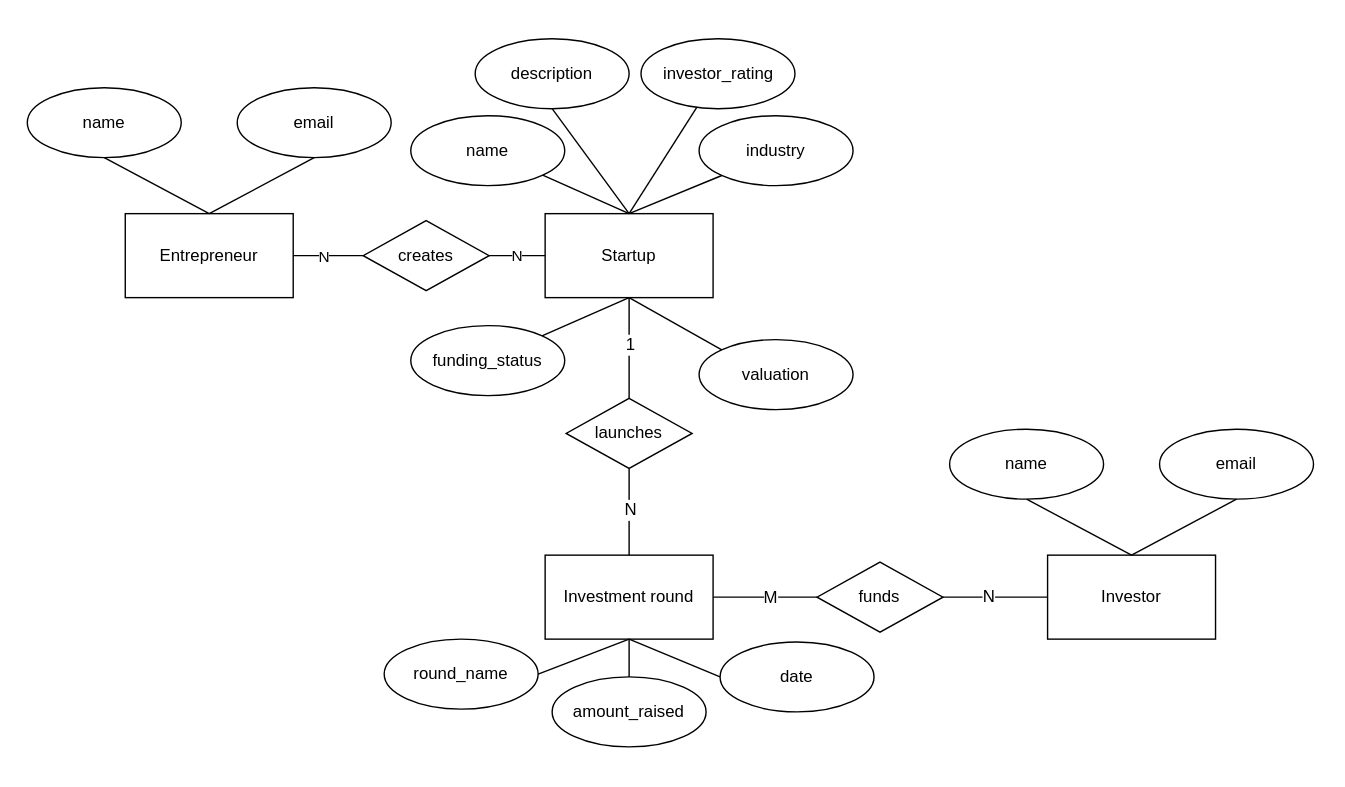
Earlier version of the draw.io export doc/ER_diagram.drawio.svg (werter22/FundHive). Source tidied: cells renumbered, new cells last; positions are measured from the earlier drawing's top-left corner, leaving out a move shared by most shapes.
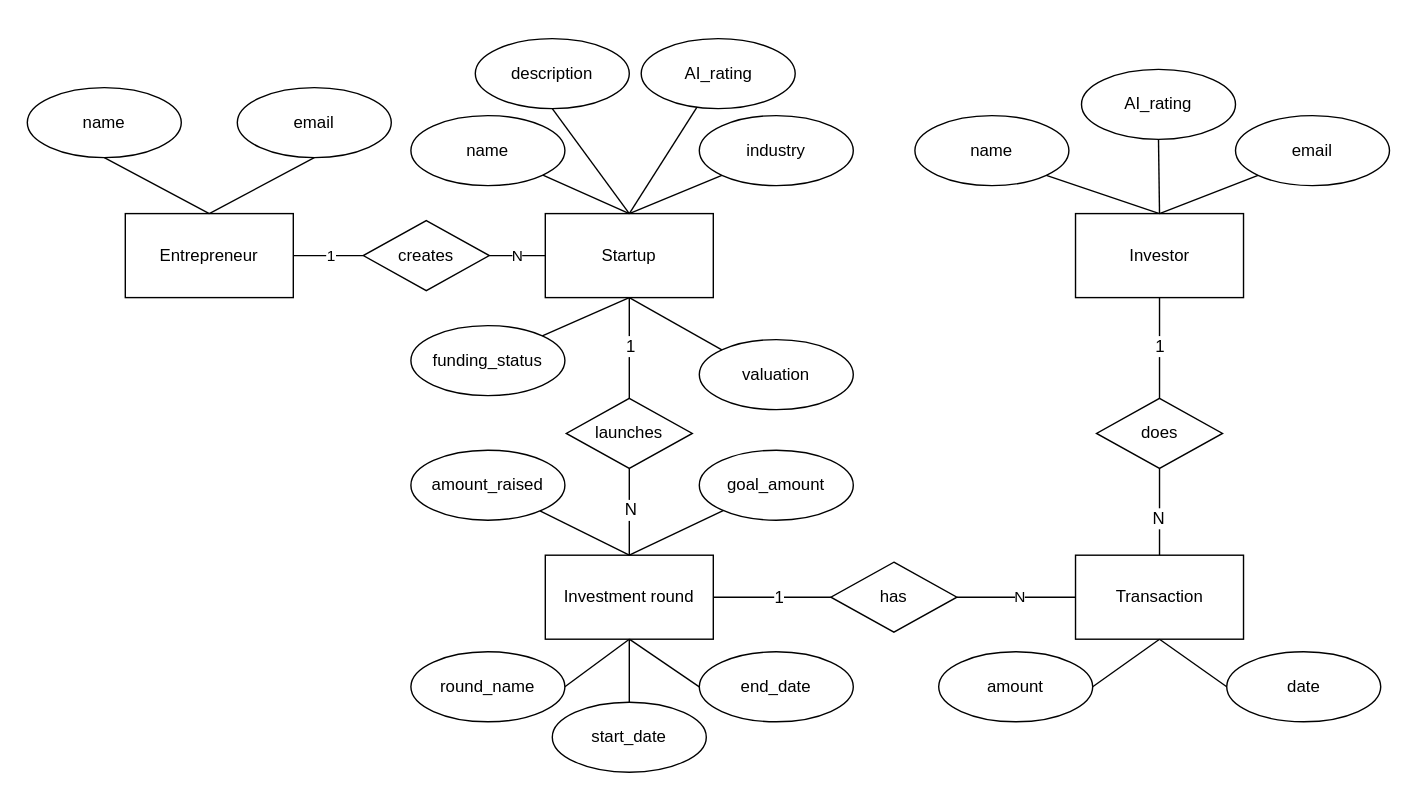
Above is the later version.

What changed in the source:
```diff
@@ -3,13 +3,13 @@
     <mxCell id="0" />
     <mxCell id="1" parent="0" />
     <mxCell id="2" style="rounded=0;whiteSpace=wrap;html=1;strokeColor=light-dark(#FFFFFF,#FFFFFF);" parent="1" vertex="1">
-      <mxGeometry width="960" height="561" as="geometry" />
+      <mxGeometry width="1019" height="561" as="geometry" />
     </mxCell>
     <mxCell id="3" value="Startup" style="rounded=0;whiteSpace=wrap;html=1;" parent="1" vertex="1">
       <mxGeometry x="389" y="152" width="120" height="60" as="geometry" />
     </mxCell>
     <mxCell id="4" value="Investor" style="rounded=0;whiteSpace=wrap;html=1;" parent="1" vertex="1">
-      <mxGeometry x="748" y="396" width="120" height="60" as="geometry" />
+      <mxGeometry x="767.7" y="152" width="120" height="60" as="geometry" />
     </mxCell>
     <mxCell id="5" value="Entrepreneur" style="rounded=0;whiteSpace=wrap;html=1;" parent="1" vertex="1">
       <mxGeometry x="89" y="152" width="120" height="60" as="geometry" />
@@ -32,26 +32,29 @@
     <mxCell id="11" style="endArrow=none;html=1;rounded=0;exitX=1;exitY=0.5;exitDx=0;exitDy=0;entryX=0;entryY=0.5;entryDx=0;entryDy=0;" parent="1" edge="1" source="5" target="10">
       <mxGeometry relative="1" as="geometry" />
     </mxCell>
-    <mxCell id="12" value="N" style="edgeLabel;html=1;align=center;verticalAlign=middle;" parent="11" vertex="1">
-      <mxGeometry x="-0.11" relative="1" as="geometry" />
-    </mxCell>
+    <mxCell id="47" value="&lt;div&gt;&lt;br&gt;&lt;/div&gt;" style="edgeLabel;html=1;align=center;verticalAlign=middle;" parent="11" vertex="1">
+      <mxGeometry x="-0.08" relative="1" as="geometry" />
+    </mxCell>
+    <mxCell id="48" value="1" style="edgeLabel;html=1;align=center;verticalAlign=middle;" parent="11" vertex="1">
+      <mxGeometry x="0.05" y="1" relative="1" as="geometry" />
+    </mxCell>
     <mxCell id="13" value="N" style="endArrow=none;html=1;rounded=0;exitX=1;exitY=0.5;exitDx=0;exitDy=0;entryX=0;entryY=0.5;entryDx=0;entryDy=0;" parent="1" edge="1" source="10" target="3">
       <mxGeometry relative="1" as="geometry" />
     </mxCell>
     <mxCell id="14" value="name" style="ellipse;whiteSpace=wrap;html=1;" parent="1" vertex="1">
-      <mxGeometry x="678" y="306" width="110" height="50" as="geometry" />
+      <mxGeometry x="653" y="82" width="110" height="50" as="geometry" />
     </mxCell>
     <mxCell id="15" value="email" style="ellipse;whiteSpace=wrap;html=1;" parent="1" vertex="1">
-      <mxGeometry x="828" y="306" width="110" height="50" as="geometry" />
+      <mxGeometry x="882" y="82" width="110" height="50" as="geometry" />
     </mxCell>
-    <mxCell id="16" style="endArrow=none;html=1;rounded=0;entryX=0.5;entryY=1;entryDx=0;entryDy=0;exitX=0.5;exitY=0;exitDx=0;exitDy=0;" parent="1" edge="1" target="14">
+    <mxCell id="16" style="endArrow=none;html=1;rounded=0;entryX=1;entryY=1;entryDx=0;entryDy=0;exitX=0.5;exitY=0;exitDx=0;exitDy=0;" parent="1" edge="1" target="14">
       <mxGeometry relative="1" as="geometry">
-        <mxPoint x="808" y="396" as="sourcePoint" />
+        <mxPoint x="827.7" y="152" as="sourcePoint" />
       </mxGeometry>
     </mxCell>
-    <mxCell id="17" style="endArrow=none;html=1;rounded=0;entryX=0.5;entryY=1;entryDx=0;entryDy=0;exitX=0.5;exitY=0;exitDx=0;exitDy=0;" parent="1" edge="1" target="15">
+    <mxCell id="17" style="endArrow=none;html=1;rounded=0;entryX=0;entryY=1;entryDx=0;entryDy=0;exitX=0.5;exitY=0;exitDx=0;exitDy=0;" parent="1" edge="1" target="15">
       <mxGeometry relative="1" as="geometry">
-        <mxPoint x="808" y="396" as="sourcePoint" />
+        <mxPoint x="827.7" y="152" as="sourcePoint" />
       </mxGeometry>
     </mxCell>
     <mxCell id="18" value="name" style="ellipse;whiteSpace=wrap;html=1;" parent="1" vertex="1">
@@ -86,7 +89,7 @@
     <mxCell id="27" style="endArrow=none;html=1;rounded=0;entryX=0.5;entryY=1;entryDx=0;entryDy=0;exitX=0;exitY=0;exitDx=0;exitDy=0;" parent="1" edge="1" source="22" target="3">
       <mxGeometry relative="1" as="geometry" />
     </mxCell>
-    <mxCell id="28" value="investor_rating" style="ellipse;whiteSpace=wrap;html=1;" parent="1" vertex="1">
+    <mxCell id="28" value="AI_rating" style="ellipse;whiteSpace=wrap;html=1;" parent="1" vertex="1">
       <mxGeometry x="457.5" y="27" width="110" height="50" as="geometry" />
     </mxCell>
     <mxCell id="29" style="endArrow=none;html=1;rounded=0;entryX=0.5;entryY=0;entryDx=0;entryDy=0;" parent="1" edge="1" source="28" target="3">
@@ -110,38 +113,86 @@
     <mxCell id="35" value="N" style="edgeLabel;html=1;align=center;verticalAlign=middle;fontSize=12;" parent="34" vertex="1">
       <mxGeometry x="0.05" relative="1" as="geometry" />
     </mxCell>
-    <mxCell id="36" value="funds" style="rhombus;whiteSpace=wrap;html=1;" parent="1" vertex="1">
-      <mxGeometry x="583.3" y="401" width="90" height="50" as="geometry" />
+    <mxCell id="36" value="has" style="rhombus;whiteSpace=wrap;html=1;" parent="1" vertex="1">
+      <mxGeometry x="593" y="401" width="90" height="50" as="geometry" />
     </mxCell>
     <mxCell id="37" style="endArrow=none;html=1;rounded=0;entryX=1;entryY=0.5;entryDx=0;entryDy=0;exitX=0;exitY=0.5;exitDx=0;exitDy=0;" parent="1" edge="1" source="36" target="30">
       <mxGeometry relative="1" as="geometry" />
     </mxCell>
-    <mxCell id="38" value="M" style="edgeLabel;html=1;align=center;verticalAlign=middle;fontSize=12;" parent="37" vertex="1">
+    <mxCell id="38" value="1" style="edgeLabel;html=1;align=center;verticalAlign=middle;fontSize=12;" parent="37" vertex="1">
       <mxGeometry x="-0.09" relative="1" as="geometry" />
     </mxCell>
     <mxCell id="39" value="round_name" style="ellipse;whiteSpace=wrap;html=1;" parent="1" vertex="1">
-      <mxGeometry x="274" y="456" width="110" height="50" as="geometry" />
+      <mxGeometry x="293" y="465" width="110" height="50" as="geometry" />
     </mxCell>
     <mxCell id="40" value="amount_raised" style="ellipse;whiteSpace=wrap;html=1;" parent="1" vertex="1">
-      <mxGeometry x="394" y="483" width="110" height="50" as="geometry" />
+      <mxGeometry x="293" y="321" width="110" height="50" as="geometry" />
     </mxCell>
-    <mxCell id="41" value="date" style="ellipse;whiteSpace=wrap;html=1;" parent="1" vertex="1">
-      <mxGeometry x="514" y="458" width="110" height="50" as="geometry" />
+    <mxCell id="41" value="end_date" style="ellipse;whiteSpace=wrap;html=1;" parent="1" vertex="1">
+      <mxGeometry x="499" y="465" width="110" height="50" as="geometry" />
     </mxCell>
     <mxCell id="42" style="endArrow=none;html=1;rounded=0;entryX=0.5;entryY=1;entryDx=0;entryDy=0;exitX=1;exitY=0.5;exitDx=0;exitDy=0;" parent="1" edge="1" source="39" target="30">
       <mxGeometry relative="1" as="geometry" />
     </mxCell>
-    <mxCell id="43" style="endArrow=none;html=1;rounded=0;entryX=0.5;entryY=1;entryDx=0;entryDy=0;" parent="1" edge="1" source="40" target="30">
+    <mxCell id="43" style="endArrow=none;html=1;rounded=0;entryX=0.5;entryY=0;entryDx=0;entryDy=0;" parent="1" edge="1" source="40" target="30">
       <mxGeometry relative="1" as="geometry" />
     </mxCell>
     <mxCell id="44" style="endArrow=none;html=1;rounded=0;entryX=0.5;entryY=1;entryDx=0;entryDy=0;exitX=0;exitY=0.5;exitDx=0;exitDy=0;" parent="1" edge="1" source="41" target="30">
       <mxGeometry relative="1" as="geometry" />
     </mxCell>
-    <mxCell id="45" style="endArrow=none;html=1;rounded=0;entryX=0;entryY=0.5;entryDx=0;entryDy=0;exitX=1;exitY=0.5;exitDx=0;exitDy=0;" parent="1" edge="1" source="36" target="4">
+    <mxCell id="45" style="endArrow=none;html=1;rounded=0;entryX=0.5;entryY=1;entryDx=0;entryDy=0;exitX=0.5;exitY=0;exitDx=0;exitDy=0;" parent="1" edge="1" source="53" target="55">
       <mxGeometry relative="1" as="geometry" />
     </mxCell>
     <mxCell id="46" value="N" style="edgeLabel;html=1;align=center;verticalAlign=middle;fontSize=12;" parent="45" vertex="1">
       <mxGeometry x="-0.14" y="1" relative="1" as="geometry" />
     </mxCell>
+    <mxCell id="49" value="goal_amount" style="ellipse;whiteSpace=wrap;html=1;" parent="1" vertex="1">
+      <mxGeometry x="499" y="321" width="110" height="50" as="geometry" />
+    </mxCell>
+    <mxCell id="50" style="endArrow=none;html=1;rounded=0;entryX=0.5;entryY=0;entryDx=0;entryDy=0;" parent="1" edge="1" source="49" target="30">
+      <mxGeometry relative="1" as="geometry" />
+    </mxCell>
+    <mxCell id="51" value="start_date" style="ellipse;whiteSpace=wrap;html=1;" parent="1" vertex="1">
+      <mxGeometry x="394" y="501" width="110" height="50" as="geometry" />
+    </mxCell>
+    <mxCell id="52" style="endArrow=none;html=1;rounded=0;entryX=0.5;entryY=1;entryDx=0;entryDy=0;" parent="1" edge="1" source="51" target="30">
+      <mxGeometry relative="1" as="geometry" />
+    </mxCell>
+    <mxCell id="53" value="Transaction" style="rounded=0;whiteSpace=wrap;html=1;" parent="1" vertex="1">
+      <mxGeometry x="767.7" y="396" width="120" height="60" as="geometry" />
+    </mxCell>
+    <mxCell id="54" style="endArrow=none;html=1;rounded=0;entryX=1;entryY=0.5;entryDx=0;entryDy=0;exitX=0;exitY=0.5;exitDx=0;exitDy=0;" parent="1" edge="1" source="53" target="36">
+      <mxGeometry relative="1" as="geometry" />
+    </mxCell>
+    <mxCell id="12" value="N" style="edgeLabel;html=1;align=center;verticalAlign=middle;" parent="54" vertex="1">
+      <mxGeometry x="-0.06" y="-1" relative="1" as="geometry" />
+    </mxCell>
+    <mxCell id="55" value="does" style="rhombus;whiteSpace=wrap;html=1;" parent="1" vertex="1">
+      <mxGeometry x="782.7" y="284" width="90" height="50" as="geometry" />
+    </mxCell>
+    <mxCell id="56" style="endArrow=none;html=1;rounded=0;entryX=0.5;entryY=1;entryDx=0;entryDy=0;" parent="1" edge="1" source="55" target="4">
+      <mxGeometry relative="1" as="geometry" />
+    </mxCell>
+    <mxCell id="57" value="1" style="edgeLabel;html=1;align=center;verticalAlign=middle;fontSize=12;" parent="56" vertex="1">
+      <mxGeometry x="0.06" relative="1" as="geometry" />
+    </mxCell>
+    <mxCell id="58" value="AI_rating" style="ellipse;whiteSpace=wrap;html=1;" parent="1" vertex="1">
+      <mxGeometry x="772" y="49" width="110" height="50" as="geometry" />
+    </mxCell>
+    <mxCell id="59" style="endArrow=none;html=1;rounded=0;entryX=0.5;entryY=1;entryDx=0;entryDy=0;exitX=0.5;exitY=0;exitDx=0;exitDy=0;" parent="1" edge="1" source="4" target="58">
+      <mxGeometry relative="1" as="geometry" />
+    </mxCell>
+    <mxCell id="60" value="amount" style="ellipse;whiteSpace=wrap;html=1;" parent="1" vertex="1">
+      <mxGeometry x="670" y="465" width="110" height="50" as="geometry" />
+    </mxCell>
+    <mxCell id="61" value="date" style="ellipse;whiteSpace=wrap;html=1;" parent="1" vertex="1">
+      <mxGeometry x="875.7" y="465" width="110" height="50" as="geometry" />
+    </mxCell>
+    <mxCell id="62" style="endArrow=none;html=1;rounded=0;entryX=0.5;entryY=1;entryDx=0;entryDy=0;exitX=1;exitY=0.5;exitDx=0;exitDy=0;" parent="1" edge="1" source="60" target="53">
+      <mxGeometry relative="1" as="geometry" />
+    </mxCell>
+    <mxCell id="63" style="endArrow=none;html=1;rounded=0;entryX=0.5;entryY=1;entryDx=0;entryDy=0;exitX=0;exitY=0.5;exitDx=0;exitDy=0;" parent="1" edge="1" source="61" target="53">
+      <mxGeometry relative="1" as="geometry" />
+    </mxCell>
   </root>
 </mxGraphModel>
```
